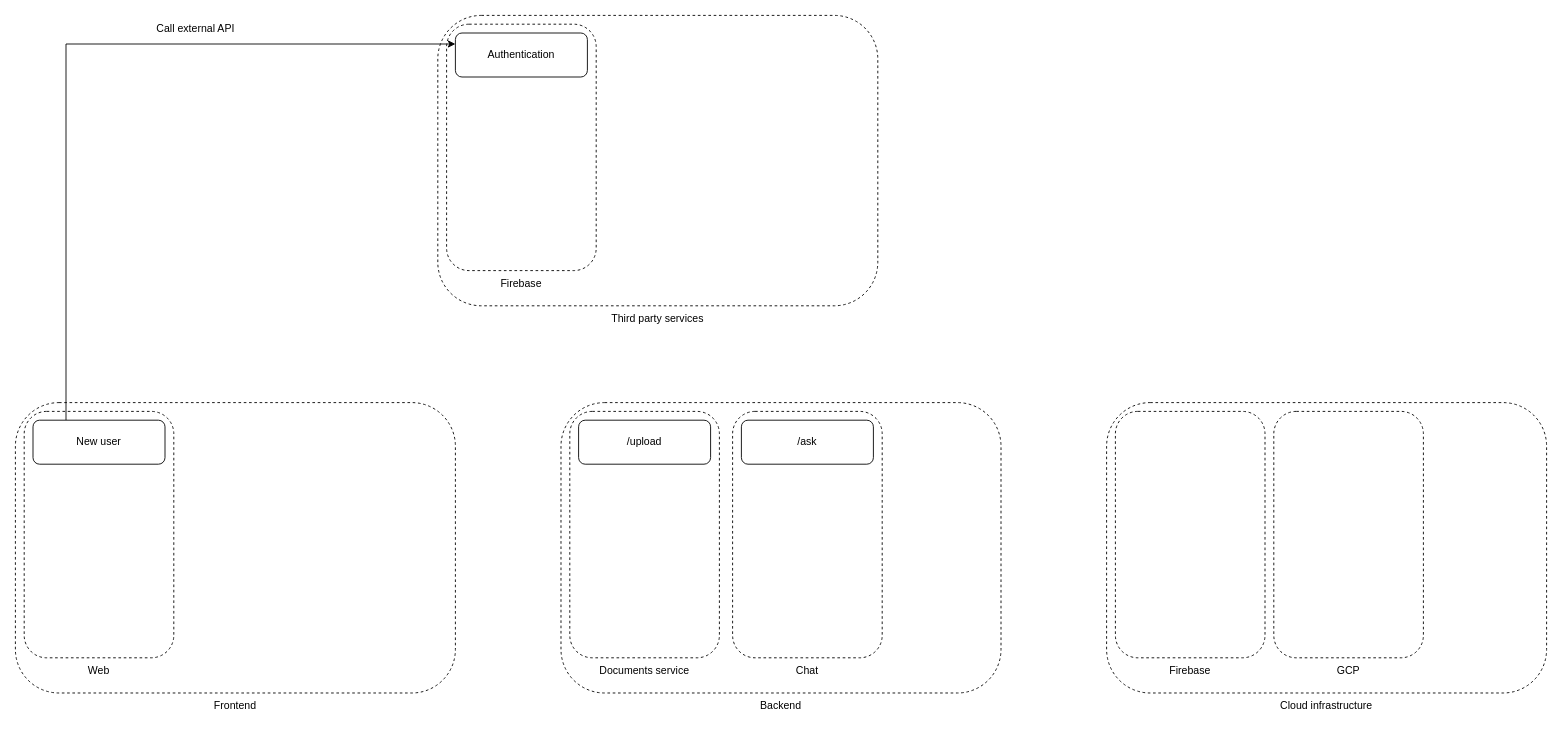
The draw.io diagram docs/drawings/app.drawio in danielsteman/textifai, before the edit. Source tidied: cells renumbered, new cells numbered last; positions are measured from the earlier drawing's top-left corner, leaving out a move shared by most shapes. Both pictures are drawn from the tidied source at 88%, with x=0, y=0 at pixel (15, 15).
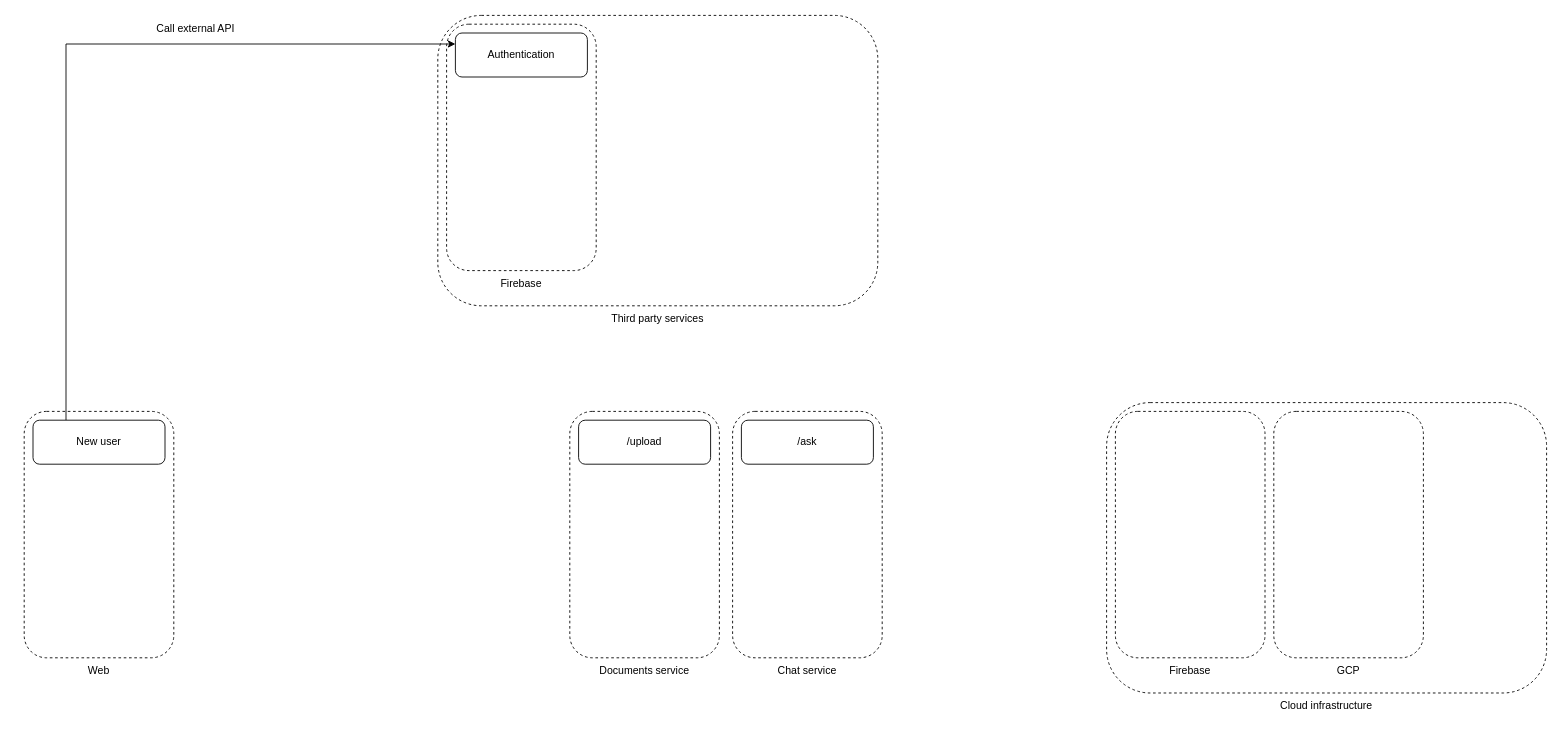
Above is the later version.

Diff of the diagram source:
```diff
@@
-    <mxCell id="2" style="rounded=1;whiteSpace=wrap;html=1;fillColor=none;dashed=1;" parent="1" vertex="1">
-      <mxGeometry y="440" width="500" height="330" as="geometry" />
-    </mxCell>
-    <mxCell id="3" value="Frontend" style="text;html=1;strokeColor=none;fillColor=none;align=center;verticalAlign=middle;whiteSpace=wrap;rounded=0;" parent="1" vertex="1">
-      <mxGeometry x="220" y="770" width="60" height="30" as="geometry" />
-    </mxCell>
@@
-    <mxCell id="9" style="rounded=1;whiteSpace=wrap;html=1;fillColor=none;dashed=1;" parent="1" vertex="1">
-      <mxGeometry x="620" y="440" width="500" height="330" as="geometry" />
-    </mxCell>
-    <mxCell id="10" value="Backend" style="text;html=1;strokeColor=none;fillColor=none;align=center;verticalAlign=middle;whiteSpace=wrap;rounded=0;" parent="1" vertex="1">
-      <mxGeometry x="840" y="770" width="60" height="30" as="geometry" />
-    </mxCell>
@@
-    <mxCell id="26" value="Chat" style="text;html=1;strokeColor=none;fillColor=none;align=center;verticalAlign=middle;whiteSpace=wrap;rounded=0;" parent="1" vertex="1">
+    <mxCell id="26" value="Chat service" style="text;html=1;strokeColor=none;fillColor=none;align=center;verticalAlign=middle;whiteSpace=wrap;rounded=0;" parent="1" vertex="1">
       <mxGeometry x="815" y="730" width="170" height="30" as="geometry" />
     </mxCell>
```
